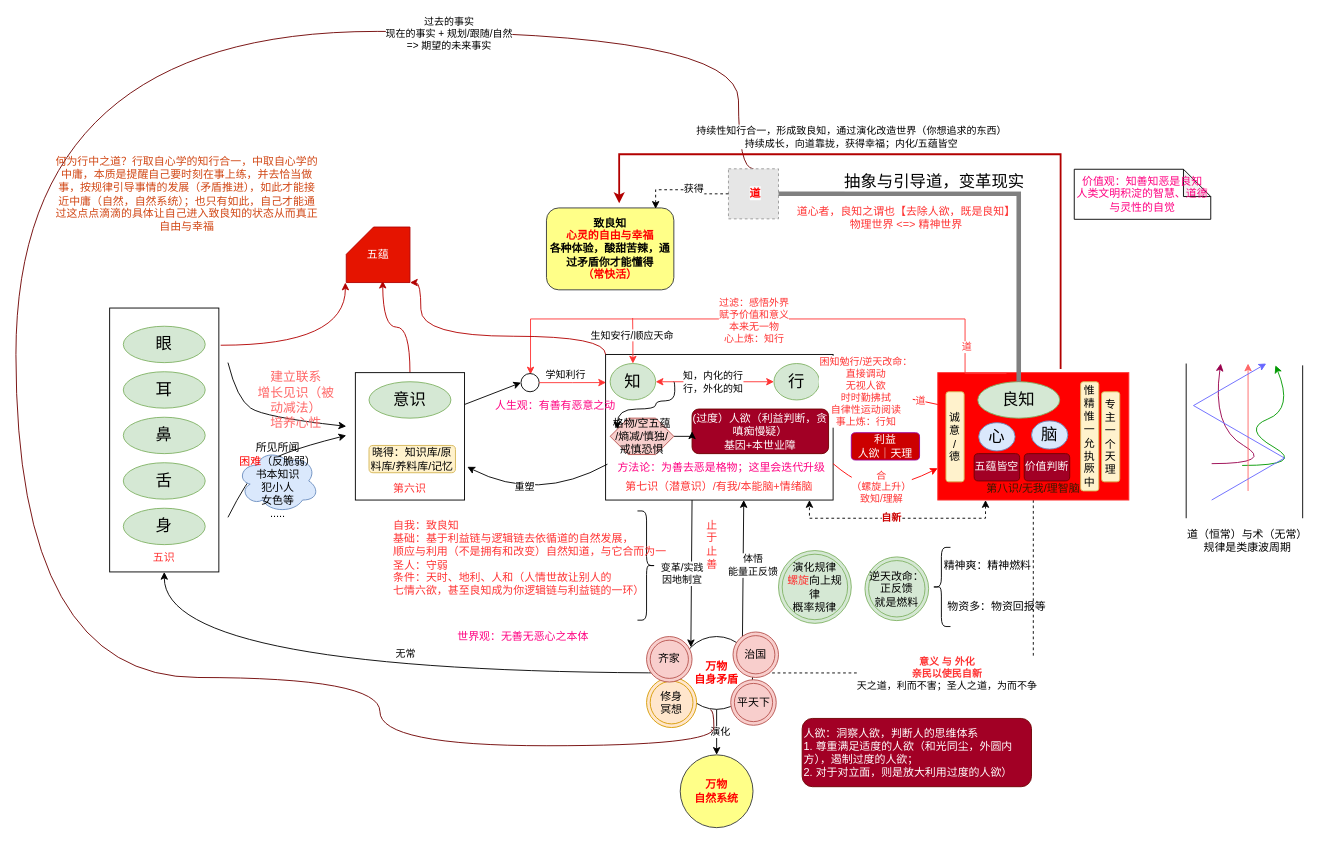
The draw.io diagram page "良知" (1 of 2) of xinxue.drawio in kason-huang/DrawIO, before the edit. Source tidied: cells renumbered, new cells numbered last; positions are measured from the earlier drawing's top-left corner, leaving out a move shared by most shapes. Both pictures are drawn from the tidied source at 91%, with x=0, y=0 at pixel (15, 31). Pictures stored in the file or linked from it are replaced by grey dashed boxes.
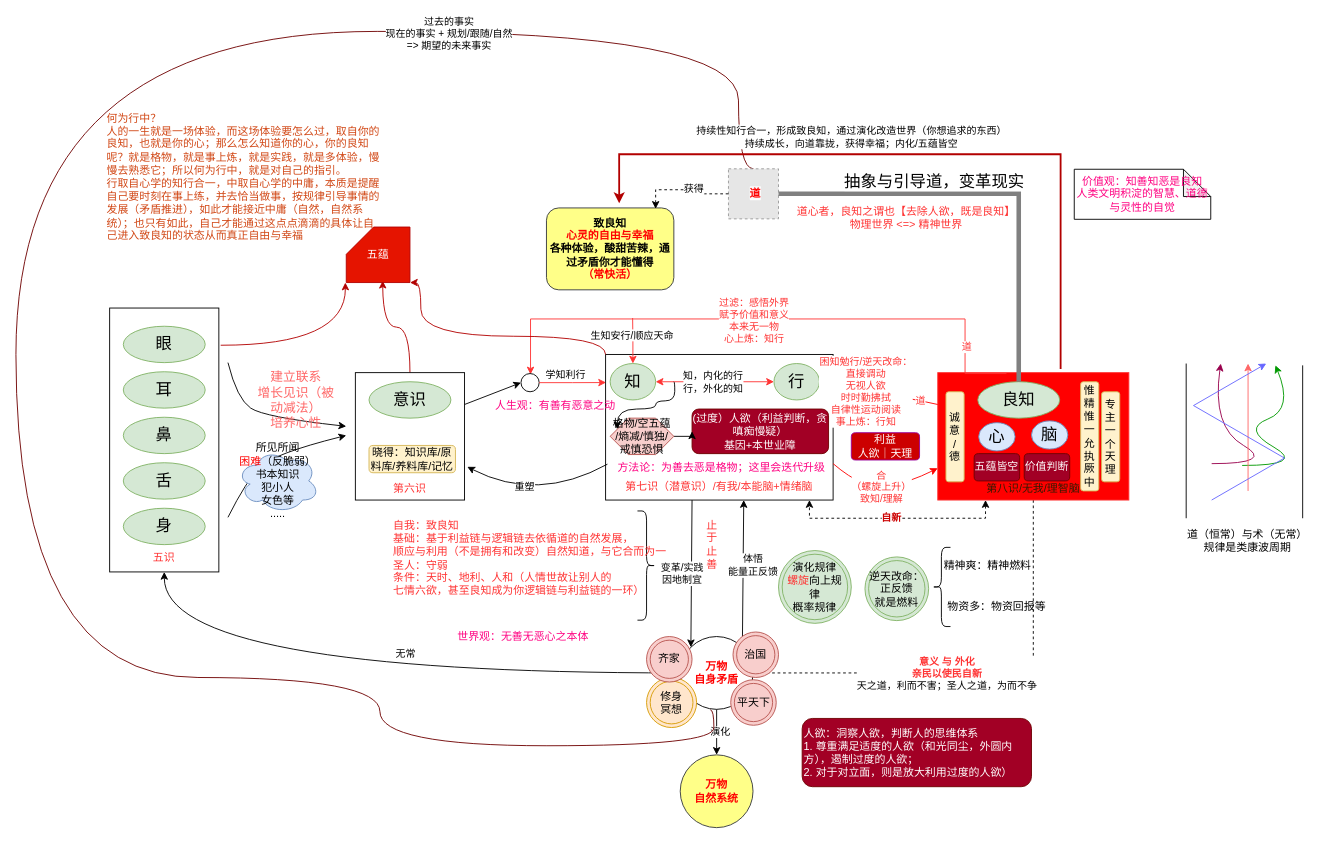
The same diagram, later.

The edit, as a diff of the source:
```diff
@@
-    <mxCell id="92" value="&lt;div class=&quot;editor-block text-block focused hover&quot; id=&quot;_UI0E9lhy&quot;&gt;&lt;div class=&quot;block-content text-element&quot;&gt;&lt;span style=&quot;&quot; class=&quot;style-color-0&quot;&gt;&lt;font color=&quot;#d14715&quot;&gt;何为行中之道？行取自心学的知行合一，中取自心学的中庸，本质是提醒自己要时刻在事上练，并去恰当做事，按规律引导事情的发展（矛盾推进），如此才能接近中庸（自然，自然系统）；也只有如此，自己才能通过这点点滴滴的具体让自己进入致良知的状态从而真正自由与幸福&lt;/font&gt;&lt;/span&gt;&lt;/div&gt;&lt;/div&gt;&lt;span class=&quot;lark-record-clipboard&quot; data-lark-record-data=&quot;{&amp;quot;rootId&amp;quot;:&amp;quot;UpcIddwsAorptrxAgHicc0wKnCb&amp;quot;,&amp;quot;text&amp;quot;:{&amp;quot;initialAttributedTexts&amp;quot;:{&amp;quot;text&amp;quot;:{&amp;quot;0&amp;quot;:&amp;quot;知道行德，常快活，致良知，方幸福&amp;quot;},&amp;quot;attribs&amp;quot;:{&amp;quot;0&amp;quot;:&amp;quot;*0+g&amp;quot;}},&amp;quot;apool&amp;quot;:{&amp;quot;numToAttrib&amp;quot;:{&amp;quot;0&amp;quot;:[&amp;quot;author&amp;quot;,&amp;quot;7268284827844050947&amp;quot;]},&amp;quot;nextNum&amp;quot;:1}},&amp;quot;type&amp;quot;:&amp;quot;text&amp;quot;,&amp;quot;referenceRecordMap&amp;quot;:{},&amp;quot;extra&amp;quot;:{&amp;quot;channel&amp;quot;:&amp;quot;saas&amp;quot;,&amp;quot;mention_page_title&amp;quot;:{},&amp;quot;external_mention_url&amp;quot;:{}},&amp;quot;isKeepQuoteContainer&amp;quot;:false,&amp;quot;isFromCode&amp;quot;:false,&amp;quot;selection&amp;quot;:[{&amp;quot;id&amp;quot;:6,&amp;quot;type&amp;quot;:&amp;quot;text&amp;quot;,&amp;quot;selection&amp;quot;:{&amp;quot;start&amp;quot;:5,&amp;quot;end&amp;quot;:21},&amp;quot;recordId&amp;quot;:&amp;quot;doxcn4v1E7FIwVHDkKUdbIU8xlf&amp;quot;}],&amp;quot;payloadMap&amp;quot;:{},&amp;quot;isCut&amp;quot;:false}&quot;&gt;&lt;/span&gt;" style="text;html=1;align=center;verticalAlign=middle;whiteSpace=wrap;rounded=0;" parent="1" vertex="1">
-      <mxGeometry x="43" y="164" width="290" height="30" as="geometry" />
+    <mxCell id="92" value="&lt;div id=&quot;_UI0E9lhy&quot; class=&quot;editor-block text-block focused hover&quot;&gt;&lt;div class=&quot;block-content text-element&quot;&gt;&lt;span class=&quot;style-color-0&quot; style=&quot;&quot;&gt;&lt;font color=&quot;#d14715&quot;&gt;何为行中？&lt;/font&gt;&lt;/span&gt;&lt;/div&gt;&lt;div class=&quot;block-content text-element&quot;&gt;&lt;span class=&quot;style-color-0&quot; style=&quot;&quot;&gt;&lt;font color=&quot;#d14715&quot;&gt;人的一生就是一场体验，而这场体验要怎么过，取自你的良知，也就是你的心；那么怎么知道你的心，你的良知呢？就是格物，就是事上炼，就是实践，就是多体验，慢慢去熟悉它；所以何为行中，就是对自己的指引。&lt;/font&gt;&lt;/span&gt;&lt;/div&gt;&lt;div class=&quot;block-content text-element&quot;&gt;&lt;span class=&quot;style-color-0&quot; style=&quot;&quot;&gt;&lt;font color=&quot;#d14715&quot;&gt;行取自心学的知行合一，中取自心学的中庸，本质是提醒自己要时刻在事上练，并去恰当做事，按规律引导事情的发展（矛盾推进），如此才能接近中庸（自然，自然系统）；也只有如此，自己才能通过这点点滴滴的具体让自己进入致良知的状态从而真正自由与幸福&lt;/font&gt;&lt;/span&gt;&lt;/div&gt;&lt;/div&gt;&lt;span data-lark-record-data=&quot;{&amp;quot;rootId&amp;quot;:&amp;quot;UpcIddwsAorptrxAgHicc0wKnCb&amp;quot;,&amp;quot;text&amp;quot;:{&amp;quot;initialAttributedTexts&amp;quot;:{&amp;quot;text&amp;quot;:{&amp;quot;0&amp;quot;:&amp;quot;知道行德，常快活，致良知，方幸福&amp;quot;},&amp;quot;attribs&amp;quot;:{&amp;quot;0&amp;quot;:&amp;quot;*0+g&amp;quot;}},&amp;quot;apool&amp;quot;:{&amp;quot;numToAttrib&amp;quot;:{&amp;quot;0&amp;quot;:[&amp;quot;author&amp;quot;,&amp;quot;7268284827844050947&amp;quot;]},&amp;quot;nextNum&amp;quot;:1}},&amp;quot;type&amp;quot;:&amp;quot;text&amp;quot;,&amp;quot;referenceRecordMap&amp;quot;:{},&amp;quot;extra&amp;quot;:{&amp;quot;channel&amp;quot;:&amp;quot;saas&amp;quot;,&amp;quot;mention_page_title&amp;quot;:{},&amp;quot;external_mention_url&amp;quot;:{}},&amp;quot;isKeepQuoteContainer&amp;quot;:false,&amp;quot;isFromCode&amp;quot;:false,&amp;quot;selection&amp;quot;:[{&amp;quot;id&amp;quot;:6,&amp;quot;type&amp;quot;:&amp;quot;text&amp;quot;,&amp;quot;selection&amp;quot;:{&amp;quot;start&amp;quot;:5,&amp;quot;end&amp;quot;:21},&amp;quot;recordId&amp;quot;:&amp;quot;doxcn4v1E7FIwVHDkKUdbIU8xlf&amp;quot;}],&amp;quot;payloadMap&amp;quot;:{},&amp;quot;isCut&amp;quot;:false}&quot; class=&quot;lark-record-clipboard&quot;&gt;&lt;/span&gt;" style="text;html=1;align=left;verticalAlign=middle;whiteSpace=wrap;rounded=0;" parent="1" vertex="1">
+      <mxGeometry x="98" y="145" width="305" height="30" as="geometry" />
     </mxCell>
```
